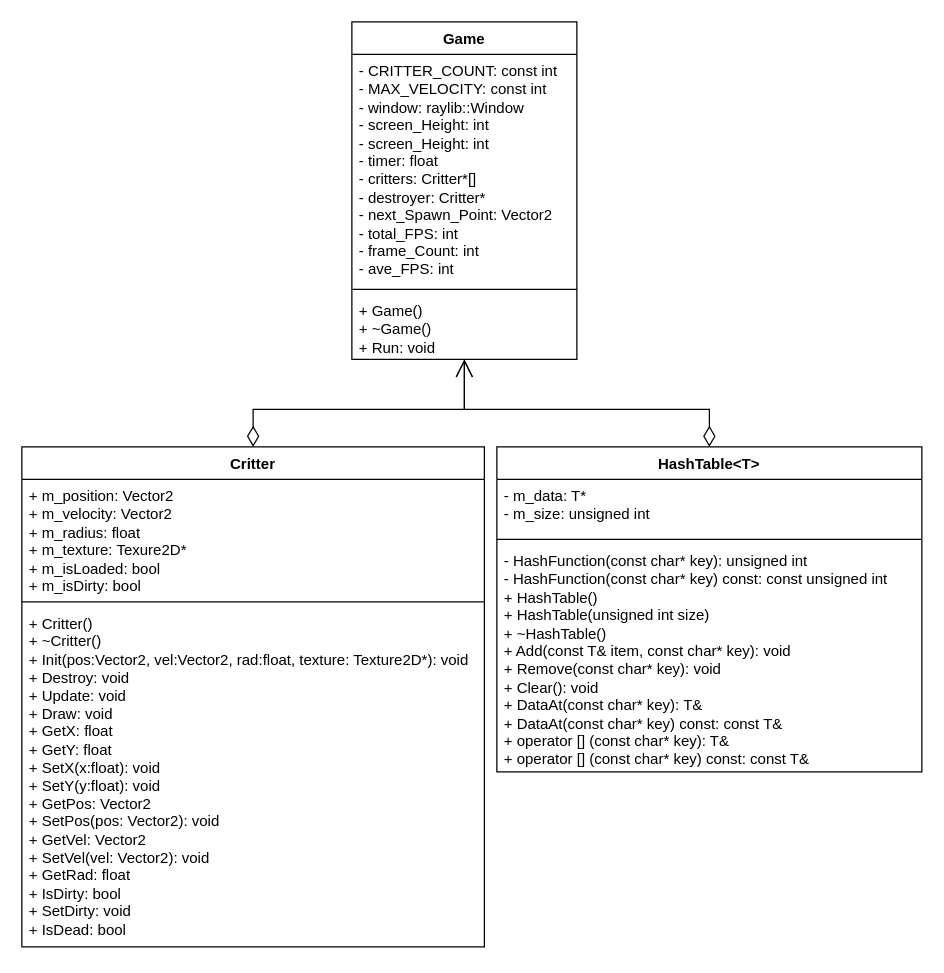
The draw.io diagram Untitled Diagram.drawio in MavenPile/CDDS_Maven, before the edit. Source tidied: cells renumbered, new cells numbered last; positions are measured from the earlier drawing's top-left corner, leaving out a move shared by most shapes. Both pictures are drawn from the tidied source at 125%, with x=0, y=0 at pixel (21, 21).
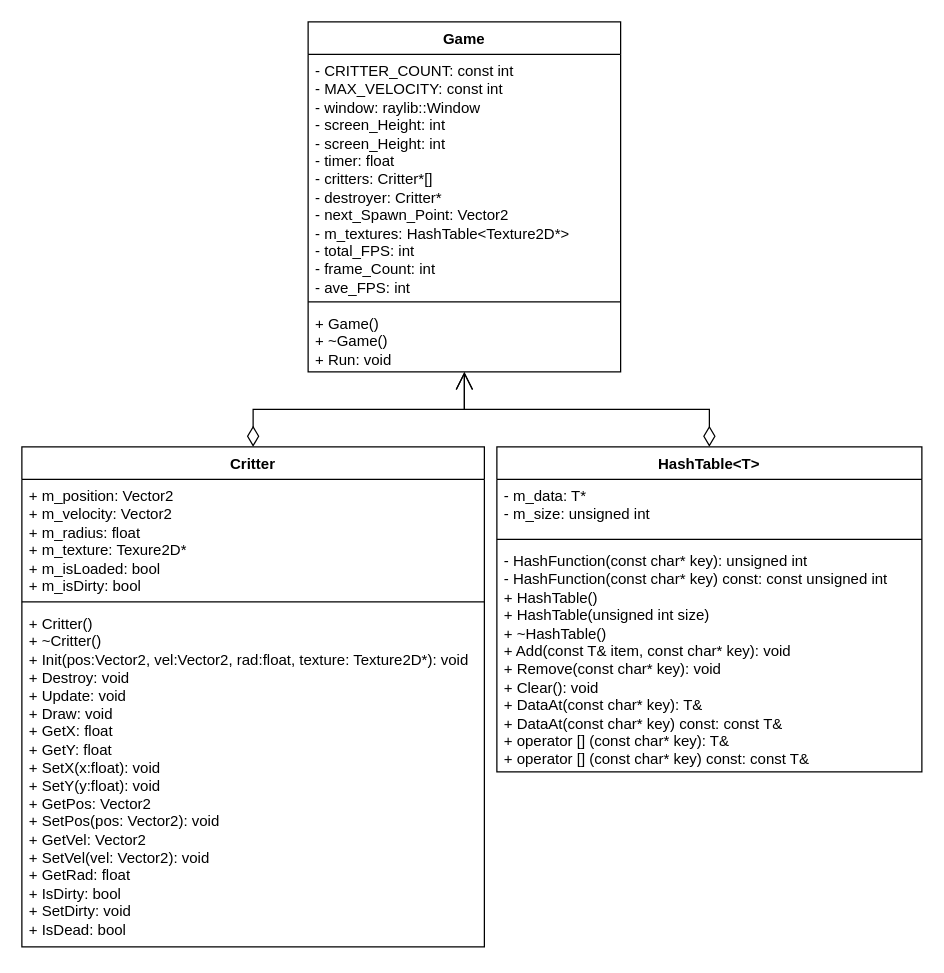
Above is the later version.

The edit, as a diff of the source:
```diff
@@
 <mxGraphModel>
   <root>
     <mxCell id="0" />
     <mxCell id="1" parent="0" />
     <mxCell id="2" value="Game" style="swimlane;fontStyle=1;align=center;verticalAlign=top;horizontal=1;startSize=26;whiteSpace=wrap;html=1;" parent="1" vertex="1">
-      <mxGeometry x="264" width="180" height="270" as="geometry" />
+      <mxGeometry x="229" width="250" height="280" as="geometry" />
     </mxCell>
-    <mxCell id="3" value="- CRITTER_COUNT: const int&lt;br&gt;- MAX_VELOCITY: const int&lt;br&gt;- window: raylib::Window&lt;br&gt;- screen_Height: int&lt;br&gt;- screen_Height: int&lt;br&gt;- timer: float&lt;br&gt;- critters: Critter*[]&lt;br&gt;- destroyer: Critter*&lt;br&gt;- next_Spawn_Point: Vector2&lt;br&gt;- total_FPS: int&lt;br&gt;- frame_Count: int&lt;br&gt;- ave_FPS: int" style="text;strokeColor=none;fillColor=none;align=left;verticalAlign=top;spacingLeft=4;spacingRight=4;overflow=hidden;whiteSpace=wrap;html=1;" parent="2" vertex="1">
-      <mxGeometry y="26" width="180" height="184" as="geometry" />
+    <mxCell id="3" value="- CRITTER_COUNT: const int&lt;br&gt;- MAX_VELOCITY: const int&lt;br&gt;- window: raylib::Window&lt;br&gt;- screen_Height: int&lt;br&gt;- screen_Height: int&lt;br&gt;- timer: float&lt;br&gt;- critters: Critter*[]&lt;br&gt;- destroyer: Critter*&lt;br&gt;&lt;div&gt;- next_Spawn_Point: Vector2&lt;/div&gt;&lt;div&gt;- m_textures: HashTable&amp;lt;Texture2D*&amp;gt;&lt;br&gt;&lt;/div&gt;- total_FPS: int&lt;br&gt;- frame_Count: int&lt;br&gt;- ave_FPS: int" style="text;strokeColor=none;fillColor=none;align=left;verticalAlign=top;spacingLeft=4;spacingRight=4;overflow=hidden;whiteSpace=wrap;html=1;" parent="2" vertex="1">
+      <mxGeometry y="26" width="250" height="194" as="geometry" />
     </mxCell>
     <mxCell id="4" style="line;strokeWidth=1;fillColor=none;align=left;verticalAlign=middle;spacingTop=-1;spacingLeft=3;spacingRight=3;labelPosition=right;strokeColor=inherit;" parent="2" vertex="1">
-      <mxGeometry y="210" width="180" height="8" as="geometry" />
+      <mxGeometry y="220" width="250" height="8" as="geometry" />
     </mxCell>
     <mxCell id="5" value="+ Game()&lt;br&gt;+ ~Game()&lt;br&gt;+ Run: void" style="text;strokeColor=none;fillColor=none;align=left;verticalAlign=top;spacingLeft=4;spacingRight=4;overflow=hidden;whiteSpace=wrap;html=1;" parent="2" vertex="1">
-      <mxGeometry y="218" width="180" height="52" as="geometry" />
+      <mxGeometry y="228" width="250" height="52" as="geometry" />
     </mxCell>
     <mxCell id="6" value="&lt;div&gt;Critter&lt;/div&gt;&lt;div&gt;&lt;br&gt;&lt;/div&gt;" style="swimlane;fontStyle=1;align=center;verticalAlign=top;horizontal=1;startSize=26;whiteSpace=wrap;html=1;" parent="1" vertex="1">
       <mxGeometry y="340" width="370" height="400" as="geometry" />
     </mxCell>
     <mxCell id="7" value="&lt;div&gt;+ m_position: Vector2&lt;/div&gt;&lt;div&gt;+ m_velocity: Vector2&lt;/div&gt;&lt;div&gt;+ m_radius: float&lt;/div&gt;&lt;div&gt;+ m_texture: Texure2D*&lt;/div&gt;&lt;div&gt;+ m_isLoaded: bool&lt;/div&gt;&lt;div&gt;+ m_isDirty: bool&lt;br&gt;&lt;/div&gt;&lt;div&gt;&lt;br&gt;&lt;/div&gt;" style="text;strokeColor=none;fillColor=none;align=left;verticalAlign=top;spacingLeft=4;spacingRight=4;overflow=hidden;whiteSpace=wrap;html=1;" parent="6" vertex="1">
       <mxGeometry y="26" width="370" height="94" as="geometry" />
     </mxCell>
     <mxCell id="8" style="line;strokeWidth=1;fillColor=none;align=left;verticalAlign=middle;spacingTop=-1;spacingLeft=3;spacingRight=3;labelPosition=right;strokeColor=inherit;" parent="6" vertex="1">
       <mxGeometry y="120" width="370" height="8" as="geometry" />
     </mxCell>
     <mxCell id="9" value="&lt;div&gt;+ Critter()&lt;/div&gt;&lt;div&gt;+ ~Critter()&lt;/div&gt;&lt;div&gt;+ Init(pos:Vector2, vel:Vector2, rad:float, texture: Texture2D*): void&lt;/div&gt;&lt;div&gt;+ Destroy: void&lt;/div&gt;&lt;div&gt;+ Update: void&lt;/div&gt;&lt;div&gt;+ Draw: void&lt;/div&gt;&lt;div&gt;+ GetX: float&lt;/div&gt;&lt;div&gt;+ GetY: float&lt;/div&gt;&lt;div&gt;+ SetX(x:float): void&lt;/div&gt;&lt;div&gt;+ SetY(y:float): void&lt;/div&gt;&lt;div&gt;+ GetPos: Vector2&lt;/div&gt;&lt;div&gt;+ SetPos(pos: Vector2): void&lt;/div&gt;&lt;div&gt;+ GetVel: Vector2&lt;/div&gt;&lt;div&gt;+ SetVel(vel: Vector2): void&lt;/div&gt;&lt;div&gt;+ GetRad: float&lt;/div&gt;&lt;div&gt;+ IsDirty: bool&lt;/div&gt;&lt;div&gt;+ SetDirty: void&lt;/div&gt;&lt;div&gt;+ IsDead: bool&lt;br&gt;&lt;/div&gt;" style="text;strokeColor=none;fillColor=none;align=left;verticalAlign=top;spacingLeft=4;spacingRight=4;overflow=hidden;whiteSpace=wrap;html=1;" parent="6" vertex="1">
       <mxGeometry y="128" width="370" height="272" as="geometry" />
     </mxCell>
     <mxCell id="10" value="&lt;div&gt;&lt;br&gt;&lt;/div&gt;&lt;div&gt;&lt;br&gt;&lt;/div&gt;" style="endArrow=open;html=1;endSize=12;startArrow=diamondThin;startSize=14;startFill=0;align=left;verticalAlign=bottom;rounded=0;exitX=0.5;exitY=0;exitDx=0;exitDy=0;entryX=0.5;entryY=1;entryDx=0;entryDy=0;" parent="1" edge="1" source="6" target="2">
       <mxGeometry x="-1" y="3" relative="1" as="geometry">
         <Array as="points">
           <mxPoint x="185" y="310" />
           <mxPoint x="354" y="310" />
         </Array>
       </mxGeometry>
     </mxCell>
     <mxCell id="11" value="HashTable&amp;lt;T&amp;gt;" style="swimlane;fontStyle=1;align=center;verticalAlign=top;horizontal=1;startSize=26;whiteSpace=wrap;html=1;" parent="1" vertex="1">
       <mxGeometry x="380" y="340" width="340" height="260" as="geometry" />
     </mxCell>
     <mxCell id="12" value="&lt;div&gt;- m_data: T*&lt;/div&gt;&lt;div&gt;- m_size: unsigned int&lt;br&gt;&lt;/div&gt;" style="text;strokeColor=none;fillColor=none;align=left;verticalAlign=top;spacingLeft=4;spacingRight=4;overflow=hidden;whiteSpace=wrap;html=1;" parent="11" vertex="1">
       <mxGeometry y="26" width="340" height="44" as="geometry" />
     </mxCell>
     <mxCell id="13" style="line;strokeWidth=1;fillColor=none;align=left;verticalAlign=middle;spacingTop=-1;spacingLeft=3;spacingRight=3;labelPosition=right;strokeColor=inherit;" parent="11" vertex="1">
       <mxGeometry y="70" width="340" height="8" as="geometry" />
     </mxCell>
     <mxCell id="14" value="&lt;div&gt;- HashFunction(const char* key): unsigned int&lt;/div&gt;&lt;div&gt;- HashFunction(const char* key) const: const unsigned int&lt;/div&gt;&lt;div&gt;+ HashTable()&lt;/div&gt;&lt;div&gt;+ HashTable(unsigned int size)&lt;/div&gt;&lt;div&gt;+ ~HashTable()&lt;/div&gt;&lt;div&gt;+ Add(const T&amp;amp; item, const char* key): void&lt;/div&gt;&lt;div&gt;+ Remove(const char* key): void&lt;/div&gt;&lt;div&gt;+ Clear(): void&lt;/div&gt;&lt;div&gt;+ DataAt(const char* key): T&amp;amp;&lt;/div&gt;&lt;div&gt;+ DataAt(const char* key) const: const T&amp;amp;&lt;/div&gt;&lt;div&gt;+ operator [] (const char* key): T&amp;amp;&lt;/div&gt;&lt;div&gt;+ operator [] (const char* key) const: const T&amp;amp;&lt;br&gt;&lt;/div&gt;" style="text;strokeColor=none;fillColor=none;align=left;verticalAlign=top;spacingLeft=4;spacingRight=4;overflow=hidden;whiteSpace=wrap;html=1;" parent="11" vertex="1">
       <mxGeometry y="78" width="340" height="182" as="geometry" />
     </mxCell>
     <mxCell id="15" value="&lt;div&gt;&lt;br&gt;&lt;/div&gt;&lt;div&gt;&lt;br&gt;&lt;/div&gt;" style="endArrow=open;html=1;endSize=12;startArrow=diamondThin;startSize=14;startFill=0;align=left;verticalAlign=bottom;rounded=0;exitX=0.5;exitY=0;exitDx=0;exitDy=0;entryX=0.5;entryY=1;entryDx=0;entryDy=0;" parent="1" edge="1" source="11" target="2">
       <mxGeometry x="-1" y="3" relative="1" as="geometry">
         <Array as="points">
           <mxPoint x="550" y="310" />
           <mxPoint x="354" y="310" />
         </Array>
       </mxGeometry>
     </mxCell>
   </root>
 </mxGraphModel>
```
